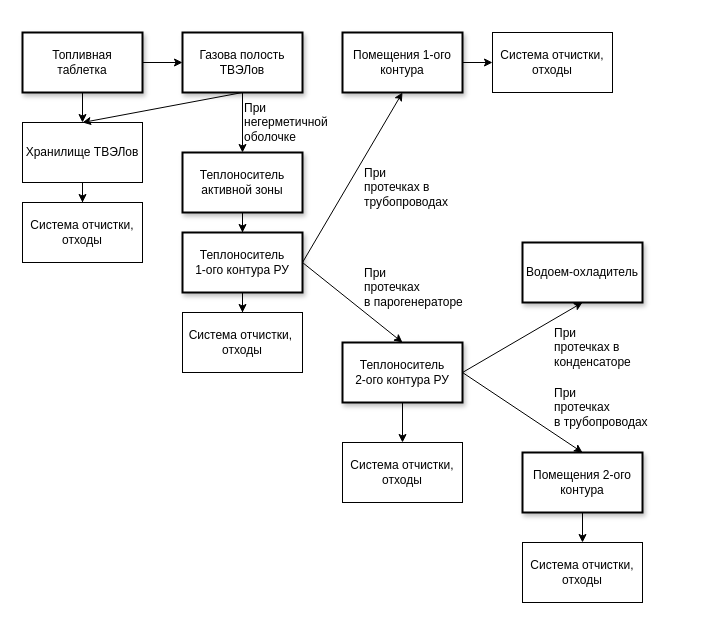
Before: practice/presentation/nuclides_spread.drawio in GolovPavel/diploma_golov, a draw.io diagram. Source tidied: cells renumbered, new cells numbered last; positions are measured from the earlier drawing's top-left corner, leaving out a move shared by most shapes. Both pictures are drawn from the tidied source at 100%, with x=0, y=0 at pixel (22, 32).
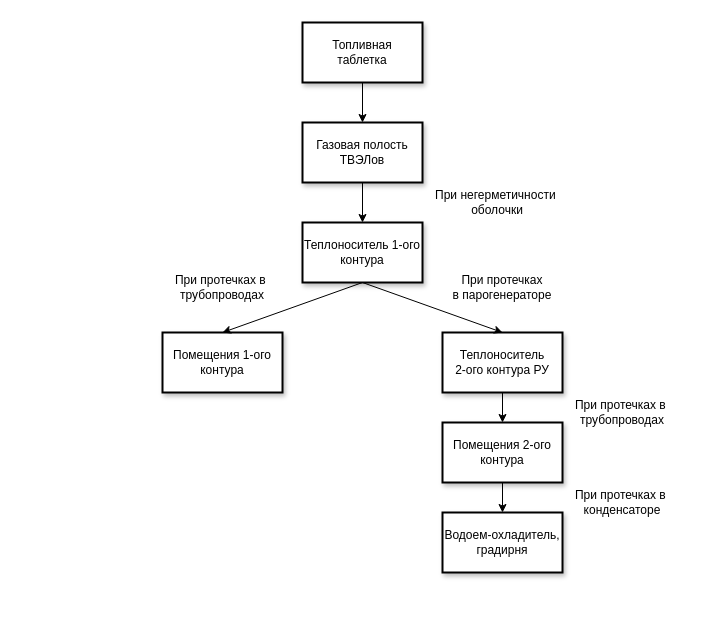
The same diagram, later.

What changed in the source:
```diff
@@
-    <mxCell id="2" style="edgeStyle=orthogonalEdgeStyle;rounded=0;jettySize=auto;html=1;" parent="1" edge="1" source="4" target="13">
-      <mxGeometry relative="1" as="geometry" />
-    </mxCell>
@@
     <mxCell id="4" value="Топливная &lt;br&gt;таблетка" style="rounded=0;whiteSpace=wrap;html=1;glass=0;strokeWidth=2;shadow=1;" parent="1" vertex="1">
-      <mxGeometry width="120" height="60" as="geometry" />
+      <mxGeometry x="280" y="-10" width="120" height="60" as="geometry" />
     </mxCell>
@@
-    <mxCell id="6" value="Газова полость&lt;br&gt;ТВЭЛов" style="rounded=0;whiteSpace=wrap;html=1;strokeWidth=2;shadow=1;" parent="1" vertex="1">
-      <mxGeometry x="160" width="120" height="60" as="geometry" />
+    <mxCell id="6" value="Газовая полость&lt;br&gt;ТВЭЛов" style="rounded=0;whiteSpace=wrap;html=1;strokeWidth=2;shadow=1;" parent="1" vertex="1">
+      <mxGeometry x="280" y="90" width="120" height="60" as="geometry" />
     </mxCell>
-    <mxCell id="7" style="edgeStyle=orthogonalEdgeStyle;rounded=0;jettySize=auto;html=1;" parent="1" edge="1" source="8" target="10">
-      <mxGeometry relative="1" as="geometry" />
-    </mxCell>
-    <mxCell id="8" value="Теплоноситель активной зоны" style="rounded=0;whiteSpace=wrap;html=1;strokeWidth=2;shadow=1;" parent="1" vertex="1">
-      <mxGeometry x="160" y="120" width="120" height="60" as="geometry" />
+    <mxCell id="8" value="Теплоноситель 1-ого контура" style="rounded=0;whiteSpace=wrap;html=1;strokeWidth=2;shadow=1;" parent="1" vertex="1">
+      <mxGeometry x="280" y="190" width="120" height="60" as="geometry" />
     </mxCell>
-    <mxCell id="9" style="edgeStyle=orthogonalEdgeStyle;rounded=0;jettySize=auto;html=1;" parent="1" edge="1" source="10" target="11">
-      <mxGeometry relative="1" as="geometry" />
-    </mxCell>
-    <mxCell id="10" value="Теплоноситель &lt;br&gt;1-ого контура РУ" style="rounded=0;whiteSpace=wrap;html=1;strokeWidth=2;shadow=1;" parent="1" vertex="1">
-      <mxGeometry x="160" y="200" width="120" height="60" as="geometry" />
-    </mxCell>
-    <mxCell id="11" value="Система отчистки,&amp;nbsp;&lt;br&gt;отходы" style="rounded=0;whiteSpace=wrap;html=1;" parent="1" vertex="1">
-      <mxGeometry x="160" y="280" width="120" height="60" as="geometry" />
-    </mxCell>
-    <mxCell id="12" style="edgeStyle=orthogonalEdgeStyle;rounded=0;jettySize=auto;html=1;" parent="1" edge="1" source="13" target="14">
-      <mxGeometry relative="1" as="geometry" />
-    </mxCell>
-    <mxCell id="13" value="Хранилище ТВЭЛов" style="rounded=0;whiteSpace=wrap;html=1;" parent="1" vertex="1">
-      <mxGeometry y="90" width="120" height="60" as="geometry" />
-    </mxCell>
-    <mxCell id="14" value="Система отчистки, отходы" style="rounded=0;whiteSpace=wrap;html=1;" parent="1" vertex="1">
-      <mxGeometry y="170" width="120" height="60" as="geometry" />
-    </mxCell>
-    <mxCell id="15" style="endArrow=classic;html=1;entryX=0.5;entryY=0;entryDx=0;entryDy=0;exitX=0.5;exitY=1;exitDx=0;exitDy=0;" parent="1" edge="1" source="6" target="13">
-      <mxGeometry relative="1" as="geometry" />
-    </mxCell>
-    <mxCell id="16" value="При &lt;br&gt;негерметичной &lt;br&gt;оболочке" style="text;html=1;align=left;verticalAlign=middle;fillColor=none;strokeColor=none;rounded=0;" parent="1" vertex="1">
-      <mxGeometry x="220" y="65" width="100" height="50" as="geometry" />
-    </mxCell>
-    <mxCell id="17" style="edgeStyle=orthogonalEdgeStyle;rounded=0;jettySize=auto;html=1;" parent="1" edge="1" source="18" target="19">
-      <mxGeometry relative="1" as="geometry" />
-    </mxCell>
     <mxCell id="18" value="Помещения 1-ого контура" style="rounded=0;whiteSpace=wrap;html=1;strokeWidth=2;shadow=1;" parent="1" vertex="1">
-      <mxGeometry x="320" width="120" height="60" as="geometry" />
+      <mxGeometry x="140" y="300" width="120" height="60" as="geometry" />
     </mxCell>
-    <mxCell id="19" value="Система отчистки,&lt;br&gt;отходы" style="rounded=0;whiteSpace=wrap;html=1;" parent="1" vertex="1">
-      <mxGeometry x="470" width="120" height="60" as="geometry" />
-    </mxCell>
-    <mxCell id="20" style="endArrow=classic;html=1;entryX=0.5;entryY=1;entryDx=0;entryDy=0;" parent="1" edge="1" target="18">
-      <mxGeometry relative="1" as="geometry">
-        <mxPoint x="280" y="230" as="sourcePoint" />
-      </mxGeometry>
-    </mxCell>
-    <mxCell id="21" value="При &lt;br&gt;протечках в &lt;br&gt;трубопроводах" style="text;html=1;align=left;verticalAlign=middle;fillColor=none;strokeColor=none;rounded=0;" parent="1" vertex="1">
-      <mxGeometry x="340" y="130" width="100" height="50" as="geometry" />
-    </mxCell>
-    <mxCell id="22" style="endArrow=classic;html=1;entryX=0.5;entryY=0;entryDx=0;entryDy=0;exitX=1;exitY=0.5;exitDx=0;exitDy=0;" parent="1" edge="1" source="10" target="24">
-      <mxGeometry relative="1" as="geometry" />
-    </mxCell>
-    <mxCell id="23" style="edgeStyle=orthogonalEdgeStyle;rounded=0;jettySize=auto;html=1;" parent="1" edge="1" source="24" target="25">
-      <mxGeometry relative="1" as="geometry" />
-    </mxCell>
+    <mxCell id="35" style="edgeStyle=orthogonalEdgeStyle;rounded=0;jettySize=auto;html=1;" parent="1" edge="1" source="24" target="31">
+      <mxGeometry relative="1" as="geometry" />
+    </mxCell>
     <mxCell id="24" value="Теплоноситель&lt;br&gt;2-ого контура РУ" style="rounded=0;whiteSpace=wrap;html=1;strokeWidth=2;shadow=1;" parent="1" vertex="1">
-      <mxGeometry x="320" y="310" width="120" height="60" as="geometry" />
+      <mxGeometry x="420" y="300" width="120" height="60" as="geometry" />
     </mxCell>
-    <mxCell id="25" value="Система отчистки,&lt;br&gt;отходы" style="rounded=0;whiteSpace=wrap;html=1;" parent="1" vertex="1">
-      <mxGeometry x="320" y="410" width="120" height="60" as="geometry" />
-    </mxCell>
+    <mxCell id="27" value="Водоем-охладитель, градирня" style="rounded=0;whiteSpace=wrap;html=1;strokeWidth=2;shadow=1;" parent="1" vertex="1">
+      <mxGeometry x="420" y="480" width="120" height="60" as="geometry" />
+    </mxCell>
+    <mxCell id="36" style="edgeStyle=orthogonalEdgeStyle;rounded=0;jettySize=auto;html=1;" parent="1" edge="1" source="31" target="27">
+      <mxGeometry relative="1" as="geometry" />
+    </mxCell>
+    <mxCell id="31" value="Помещения 2-ого контура" style="rounded=0;whiteSpace=wrap;html=1;strokeWidth=2;shadow=1;" parent="1" vertex="1">
+      <mxGeometry x="420" y="390" width="120" height="60" as="geometry" />
+    </mxCell>
+    <mxCell id="37" style="endArrow=classic;html=1;entryX=0.5;entryY=0;entryDx=0;entryDy=0;exitX=0.5;exitY=1;exitDx=0;exitDy=0;" parent="1" edge="1" source="8" target="18">
+      <mxGeometry relative="1" as="geometry" />
+    </mxCell>
+    <mxCell id="38" style="endArrow=classic;html=1;entryX=0.5;entryY=0;entryDx=0;entryDy=0;exitX=0.5;exitY=1;exitDx=0;exitDy=0;" parent="1" edge="1" source="8" target="24">
+      <mxGeometry relative="1" as="geometry" />
+    </mxCell>
+    <mxCell id="39" value="&lt;div&gt;&lt;span style=&quot;white-space: nowrap&quot;&gt;При&amp;nbsp;&lt;/span&gt;&lt;span style=&quot;white-space: nowrap&quot;&gt;негерметичности&amp;nbsp;&lt;/span&gt;&lt;/div&gt;&lt;div&gt;&lt;span style=&quot;white-space: nowrap&quot;&gt;оболочки&lt;/span&gt;&lt;/div&gt;" style="text;html=1;strokeColor=none;fillColor=none;align=center;verticalAlign=middle;whiteSpace=wrap;rounded=0;" parent="1" vertex="1">
+      <mxGeometry x="380" y="155" width="190" height="30" as="geometry" />
+    </mxCell>
-    <mxCell id="26" value="При&lt;br&gt;протечках&lt;br&gt;в парогенераторе" style="text;html=1;align=left;verticalAlign=middle;fillColor=none;strokeColor=none;rounded=0;" parent="1" vertex="1">
-      <mxGeometry x="340" y="230" width="120" height="50" as="geometry" />
+    <mxCell id="26" value="&lt;span style=&quot;text-align: left ; white-space: nowrap&quot;&gt;При&amp;nbsp;&lt;/span&gt;&lt;span style=&quot;text-align: left ; white-space: nowrap&quot;&gt;протечках&lt;/span&gt;&lt;br style=&quot;text-align: left ; white-space: nowrap&quot;&gt;&lt;span style=&quot;text-align: left ; white-space: nowrap&quot;&gt;в парогенераторе&lt;/span&gt;" style="text;html=1;strokeColor=none;fillColor=none;align=center;verticalAlign=middle;whiteSpace=wrap;rounded=0;" parent="1" vertex="1">
+      <mxGeometry x="420" y="230" width="120" height="50" as="geometry" />
     </mxCell>
-    <mxCell id="27" value="Водоем-охладитель" style="rounded=0;whiteSpace=wrap;html=1;strokeWidth=2;shadow=1;" parent="1" vertex="1">
-      <mxGeometry x="500" y="210" width="120" height="60" as="geometry" />
-    </mxCell>
-    <mxCell id="28" style="endArrow=classic;html=1;exitX=1;exitY=0.5;exitDx=0;exitDy=0;entryX=0.5;entryY=1;entryDx=0;entryDy=0;" parent="1" edge="1" source="24" target="27">
-      <mxGeometry relative="1" as="geometry" />
-    </mxCell>
+    <mxCell id="40" value="&lt;span style=&quot;text-align: left ; white-space: nowrap&quot;&gt;При&amp;nbsp;&lt;/span&gt;&lt;span style=&quot;text-align: left ; white-space: nowrap&quot;&gt;протечках в&amp;nbsp;&lt;/span&gt;&lt;br style=&quot;text-align: left ; white-space: nowrap&quot;&gt;&lt;span style=&quot;text-align: left ; white-space: nowrap&quot;&gt;трубопроводах&lt;/span&gt;" style="text;html=1;strokeColor=none;fillColor=none;align=center;verticalAlign=middle;whiteSpace=wrap;rounded=0;" parent="1" vertex="1">
+      <mxGeometry x="130" y="235" width="140" height="40" as="geometry" />
+    </mxCell>
+    <mxCell id="41" value="&lt;span style=&quot;text-align: left ; white-space: nowrap&quot;&gt;При&amp;nbsp;&lt;/span&gt;&lt;span style=&quot;text-align: left ; white-space: nowrap&quot;&gt;протечках в&amp;nbsp;&lt;/span&gt;&lt;br style=&quot;text-align: left ; white-space: nowrap&quot;&gt;&lt;span style=&quot;text-align: left ; white-space: nowrap&quot;&gt;трубопроводах&lt;/span&gt;" style="text;html=1;strokeColor=none;fillColor=none;align=center;verticalAlign=middle;whiteSpace=wrap;rounded=0;" parent="1" vertex="1">
+      <mxGeometry x="530" y="360" width="140" height="40" as="geometry" />
+    </mxCell>
-    <mxCell id="29" value="При &lt;br&gt;протечках в &lt;br&gt;конденсаторе" style="text;html=1;align=left;verticalAlign=middle;fillColor=none;strokeColor=none;rounded=0;" parent="1" vertex="1">
-      <mxGeometry x="530" y="290" width="90" height="50" as="geometry" />
+    <mxCell id="29" value="&lt;span style=&quot;white-space: nowrap&quot;&gt;При&amp;nbsp;&lt;/span&gt;&lt;span style=&quot;white-space: nowrap&quot;&gt;протечках в&amp;nbsp;&lt;/span&gt;&lt;br style=&quot;white-space: nowrap&quot;&gt;&lt;div&gt;&lt;span style=&quot;white-space: nowrap&quot;&gt;конденсаторе&lt;/span&gt;&lt;/div&gt;" style="text;html=1;strokeColor=none;fillColor=none;align=center;verticalAlign=middle;whiteSpace=wrap;rounded=0;" parent="1" vertex="1">
+      <mxGeometry x="530" y="450" width="140" height="40" as="geometry" />
     </mxCell>
-    <mxCell id="30" style="edgeStyle=orthogonalEdgeStyle;rounded=0;jettySize=auto;html=1;" parent="1" edge="1" source="31" target="34">
-      <mxGeometry relative="1" as="geometry" />
-    </mxCell>
-    <mxCell id="31" value="Помещения 2-ого контура" style="rounded=0;whiteSpace=wrap;html=1;strokeWidth=2;shadow=1;" parent="1" vertex="1">
-      <mxGeometry x="500" y="420" width="120" height="60" as="geometry" />
-    </mxCell>
-    <mxCell id="32" style="endArrow=classic;html=1;entryX=0.5;entryY=0;entryDx=0;entryDy=0;" parent="1" edge="1" target="31">
-      <mxGeometry relative="1" as="geometry">
-        <mxPoint x="440" y="340" as="sourcePoint" />
-      </mxGeometry>
-    </mxCell>
-    <mxCell id="33" value="При&lt;br&gt;протечках&lt;br&gt;в трубопроводах" style="text;html=1;align=left;verticalAlign=middle;fillColor=none;strokeColor=none;rounded=0;" parent="1" vertex="1">
-      <mxGeometry x="530" y="350" width="110" height="50" as="geometry" />
-    </mxCell>
-    <mxCell id="34" value="Система отчистки,&lt;br&gt;отходы" style="rounded=0;whiteSpace=wrap;html=1;" parent="1" vertex="1">
-      <mxGeometry x="500" y="510" width="120" height="60" as="geometry" />
-    </mxCell>
```
